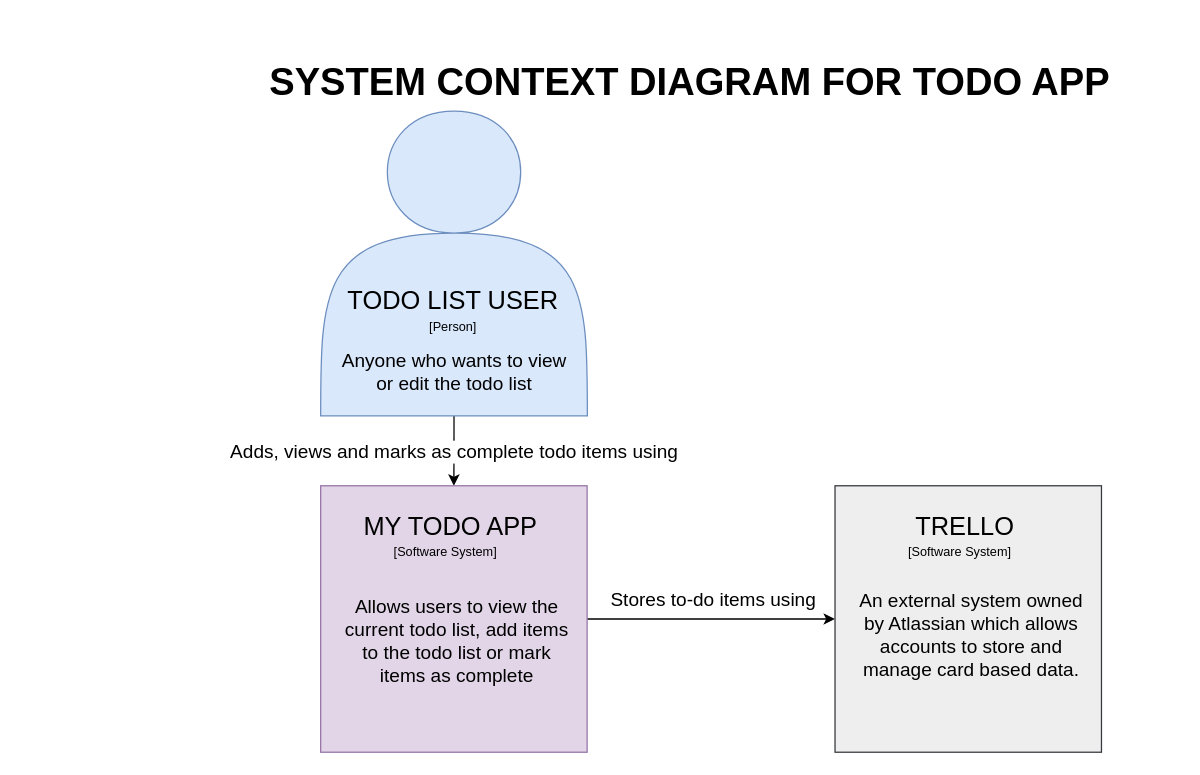
kirstenland/DevOps-Course-Starter keeps this draw.io diagram as documentation/sourcefiles/SystemContextDiagram.drawio. Above is the earlier version. Source tidied: cells renumbered, new cells numbered last; positions are measured from the earlier drawing's top-left corner, leaving out a move shared by most shapes. Both pictures are drawn from the tidied source at 127%, with x=0, y=0 at pixel (263, 47).
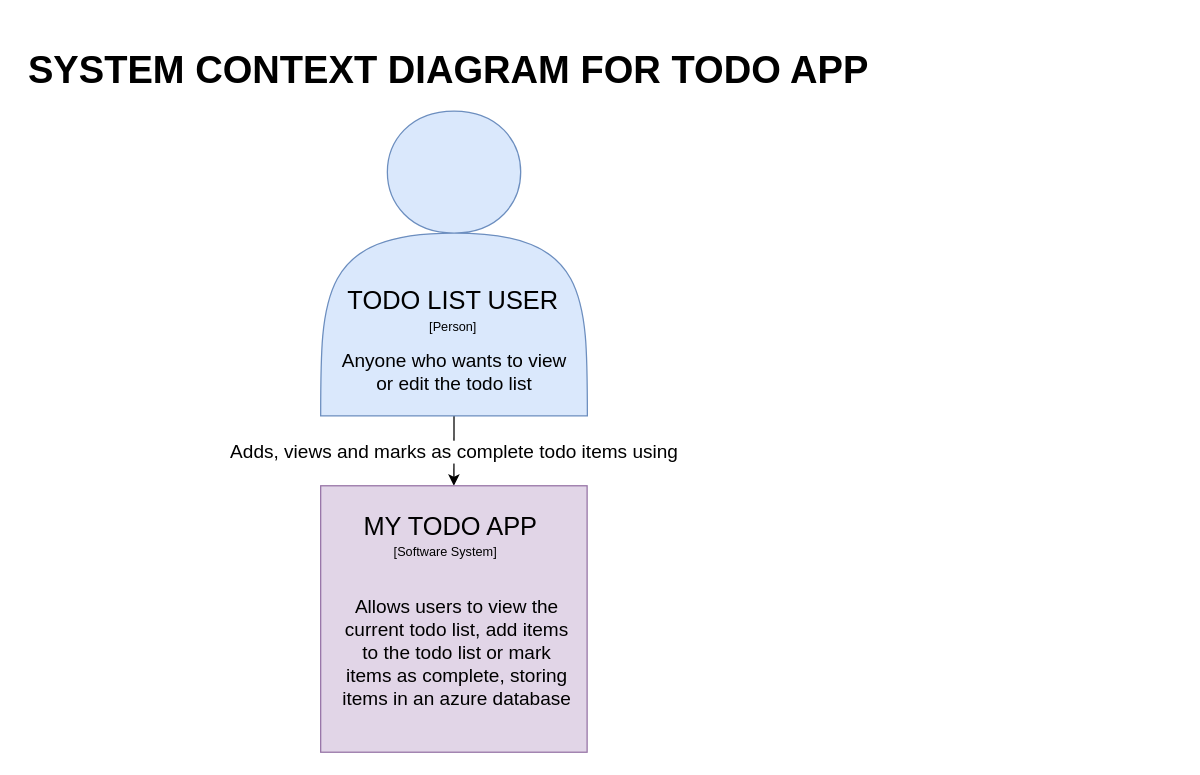
The same diagram, later.

Unchanged cells that the change refers to:
```xml
<mxCell id="6" style="group;" parent="1" vertex="1">
  <mxGeometry x="45" y="345" width="230" height="210" as="geometry" />
</mxCell>
<mxCell id="7" style="whiteSpace=wrap;html=1;fontSize=10;strokeColor=#9673a6;fillColor=#e1d5e7;" parent="6" vertex="1">
  <mxGeometry width="209.8" height="209.8" as="geometry" />
</mxCell>
```

Diff of the diagram source:
```diff
@@
-    <mxCell id="2" style="endArrow=classic;html=1;rounded=0;fontSize=20;exitX=1;exitY=0.5;exitDx=0;exitDy=0;entryX=0;entryY=0.5;entryDx=0;entryDy=0;" parent="1" edge="1" source="7" target="12">
-      <mxGeometry relative="1" as="geometry" />
-    </mxCell>
-    <mxCell id="3" value="Stores to-do items using" style="edgeLabel;html=1;align=center;verticalAlign=middle;fontSize=15;" parent="2" vertex="1">
-      <mxGeometry relative="1" as="geometry">
-        <mxPoint x="1" y="-16" as="offset" />
-      </mxGeometry>
-    </mxCell>
@@
-    <mxCell id="10" value="&lt;font style=&quot;font-size: 15px&quot;&gt;Allows users to view the current todo list, add items to the todo list or mark items as complete&lt;/font&gt;" style="text;html=1;strokeColor=none;fillColor=none;align=center;verticalAlign=top;whiteSpace=wrap;rounded=0;fontSize=15;" parent="6" vertex="1">
+    <mxCell id="10" value="&lt;font style=&quot;font-size: 15px&quot;&gt;Allows users to view the current todo list, add items to the todo list or mark items as complete, storing items in an azure database&lt;/font&gt;" style="text;html=1;strokeColor=none;fillColor=none;align=center;verticalAlign=top;whiteSpace=wrap;rounded=0;fontSize=15;" parent="6" vertex="1">
       <mxGeometry x="15" y="80" width="185" height="110" as="geometry" />
     </mxCell>
-    <mxCell id="11" style="group;labelPosition=center;verticalLabelPosition=middle;align=center;verticalAlign=middle;horizontal=0;" parent="1" vertex="1">
-      <mxGeometry x="450" y="345" width="215" height="210" as="geometry" />
-    </mxCell>
-    <mxCell id="12" style="whiteSpace=wrap;html=1;fontSize=10;strokeColor=#36393d;fillColor=#eeeeee;" parent="11" vertex="1">
-      <mxGeometry width="209.8" height="209.8" as="geometry" />
-    </mxCell>
-    <mxCell id="13" value="&lt;font style=&quot;font-size: 20px&quot;&gt;TRELLO&lt;/font&gt;" style="text;html=1;align=center;verticalAlign=middle;strokeColor=none;fillColor=none;fontSize=20;" parent="11" vertex="1">
-      <mxGeometry x="56.9" y="15.8" width="90" height="30" as="geometry" />
-    </mxCell>
-    <mxCell id="14" value="[Software System]" style="text;html=1;align=center;verticalAlign=middle;strokeColor=none;fillColor=none;fontSize=10;" parent="11" vertex="1">
-      <mxGeometry x="48.4" y="42" width="100" height="20" as="geometry" />
-    </mxCell>
-    <mxCell id="15" value="&lt;font style=&quot;font-size: 15px&quot;&gt;An external system owned by Atlassian which allows accounts to store and manage card based data.&lt;/font&gt;" style="text;html=1;strokeColor=none;fillColor=none;align=center;verticalAlign=top;whiteSpace=wrap;rounded=0;fontSize=15;" parent="11" vertex="1">
-      <mxGeometry x="15" y="75" width="185" height="110" as="geometry" />
-    </mxCell>
@@
     <mxCell id="21" value="&lt;h1&gt;SYSTEM CONTEXT DIAGRAM FOR TODO APP&lt;/h1&gt;" style="text;html=1;strokeColor=none;fillColor=none;spacing=5;spacingTop=-20;whiteSpace=wrap;overflow=hidden;rounded=0;fontSize=15;" parent="1" vertex="1">
-      <mxGeometry width="720" height="120" as="geometry" />
+      <mxGeometry x="-190" y="-10" width="720" height="120" as="geometry" />
     </mxCell>
```
